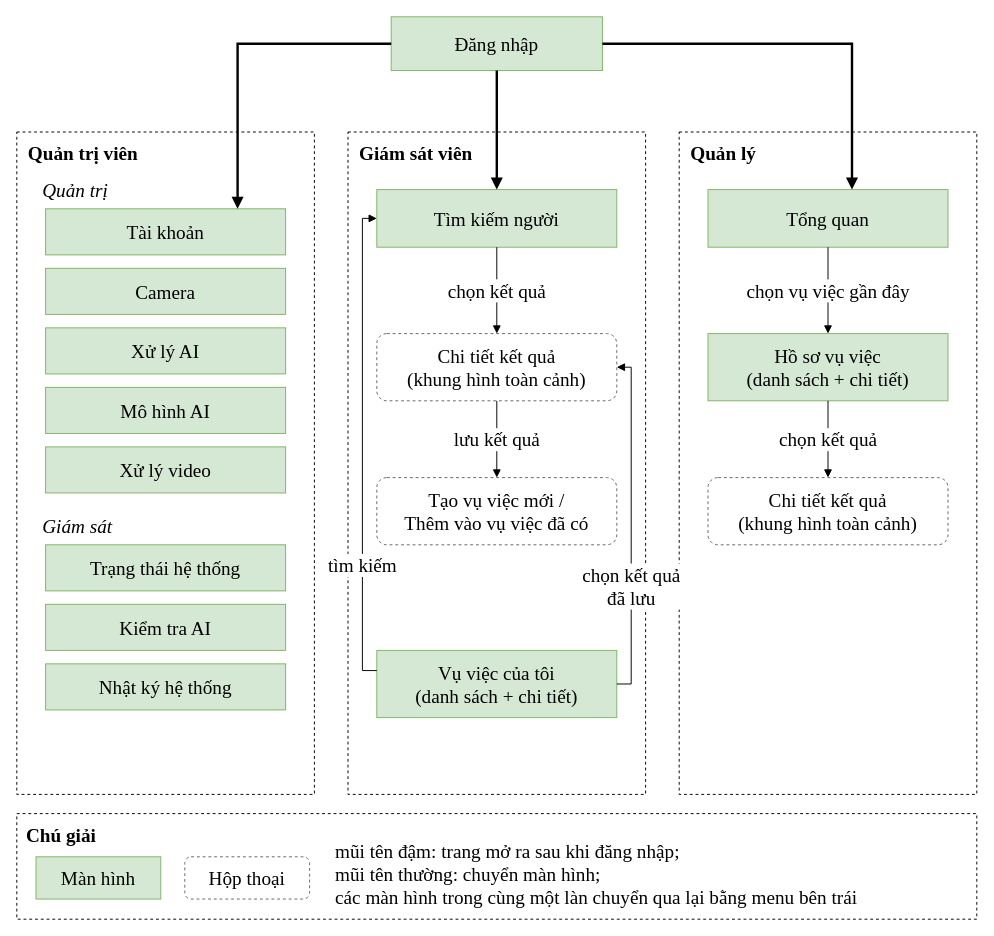
Before: report/thesis/figures/H12-luong-man-hinh.drawio in huy-nguyencong/capstone_project_new, a draw.io diagram. Source tidied: cells renumbered, new cells numbered last; positions are measured from the earlier drawing's top-left corner, leaving out a move shared by most shapes. Both pictures are drawn from the tidied source at 96%, with x=0, y=0 at pixel (16, 16).
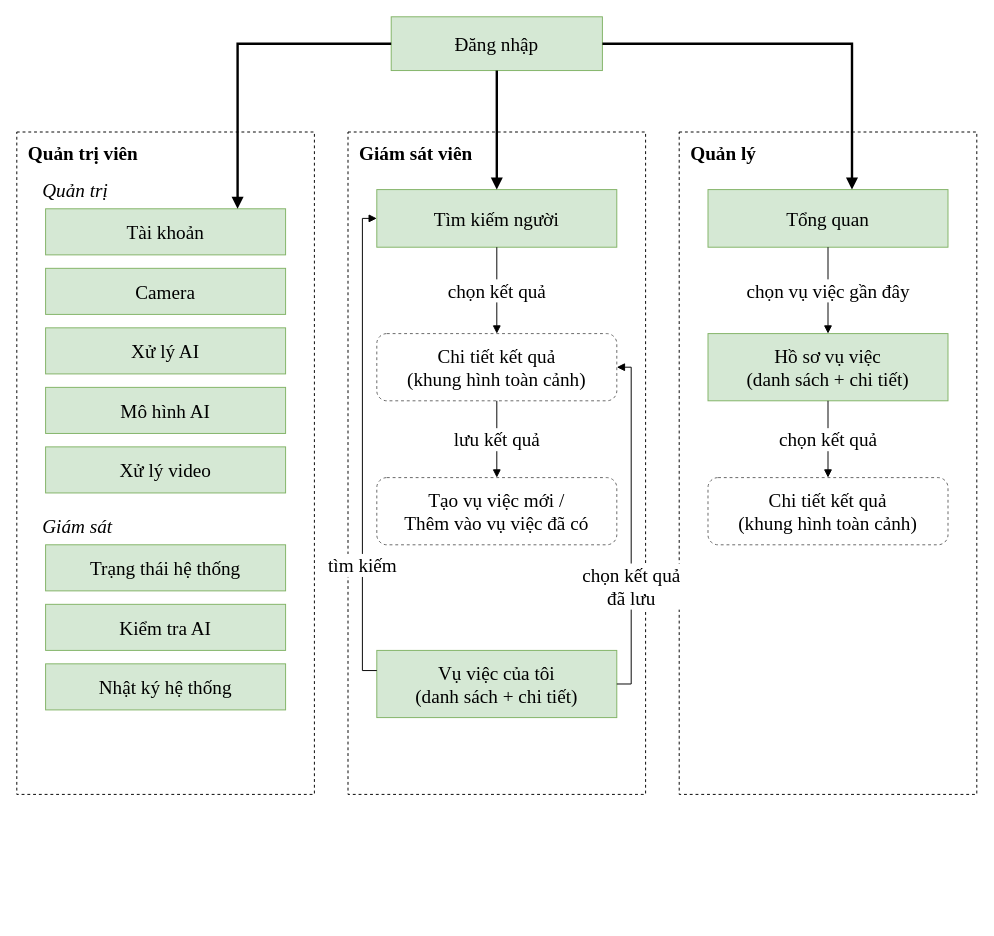
The same diagram, later.

The edit, as a diff of the source:
```diff
@@
-    <mxCell id="32" value="Chú giải" style="rounded=0;whiteSpace=wrap;html=1;dashed=1;fillColor=none;verticalAlign=top;align=left;spacingLeft=10;fontStyle=1;spacingTop=4;align=left;spacingLeft=8;fontFamily=Times New Roman;fontSize=20;" parent="1" vertex="1">
-      <mxGeometry y="830" width="1000" height="110" as="geometry" />
-    </mxCell>
-    <mxCell id="33" value="Màn hình" style="rounded=0;whiteSpace=wrap;html=1;fillColor=#D5E8D4;strokeColor=#82B366;fontFamily=Times New Roman;fontSize=20;" parent="1" vertex="1">
-      <mxGeometry x="20" y="875" width="130" height="44" as="geometry" />
-    </mxCell>
-    <mxCell id="34" value="Hộp thoại" style="rounded=1;whiteSpace=wrap;html=1;dashed=1;fillColor=#FFFFFF;strokeColor=#666666;fontFamily=Times New Roman;fontSize=20;" parent="1" vertex="1">
-      <mxGeometry x="175" y="875" width="130" height="44" as="geometry" />
-    </mxCell>
-    <mxCell id="35" value="mũi tên đậm: trang mở ra sau khi đăng nhập;&lt;br&gt;mũi tên thường: chuyển màn hình;&lt;br&gt;các màn hình trong cùng một làn chuyển qua lại bằng menu bên trái" style="text;html=1;align=left;verticalAlign=middle;whiteSpace=wrap;fontFamily=Times New Roman;fontSize=20;" parent="1" vertex="1">
-      <mxGeometry x="330" y="850" width="660" height="85" as="geometry" />
-    </mxCell>
```
